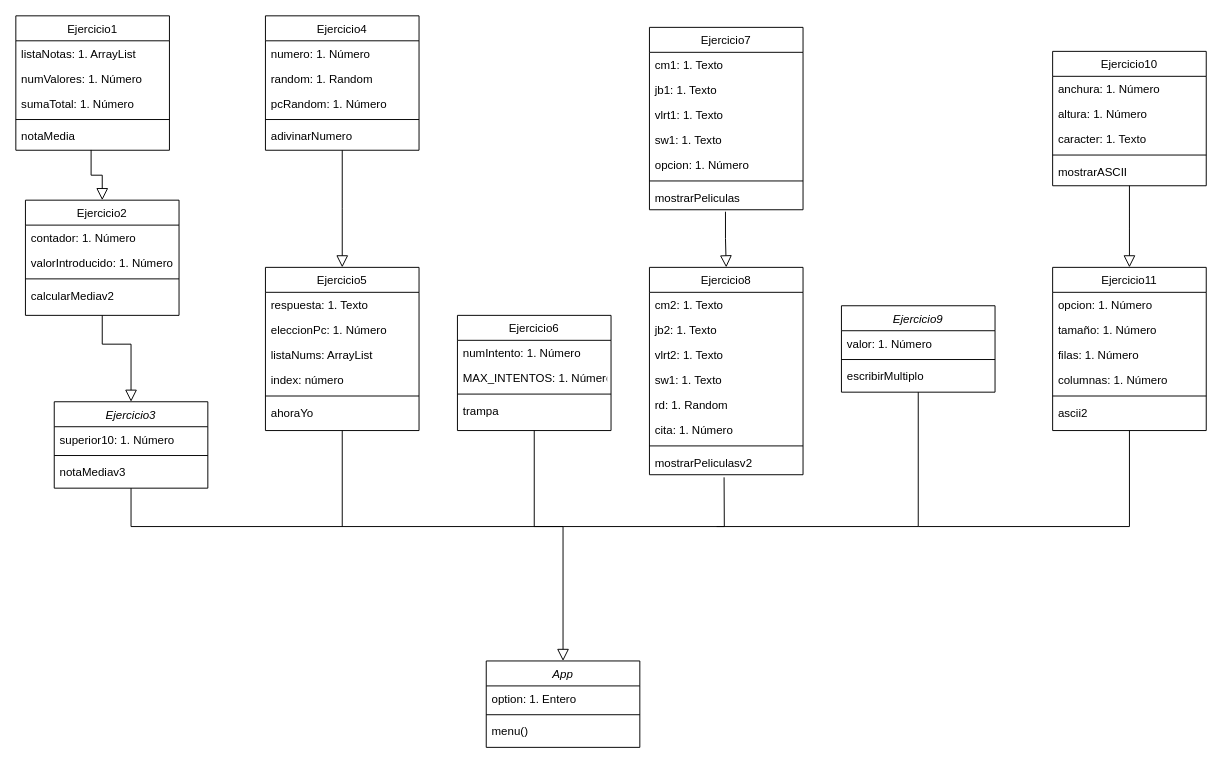
Earlier version of the draw.io diagram LosBuclesUML.drawio (Patriesc/LosBucles). Source tidied: cells renumbered, new cells numbered last; positions are measured from the earlier drawing's top-left corner, leaving out a move shared by most shapes. Both pictures are drawn from the tidied source at 96%, with x=0, y=0 at pixel (15, 15).
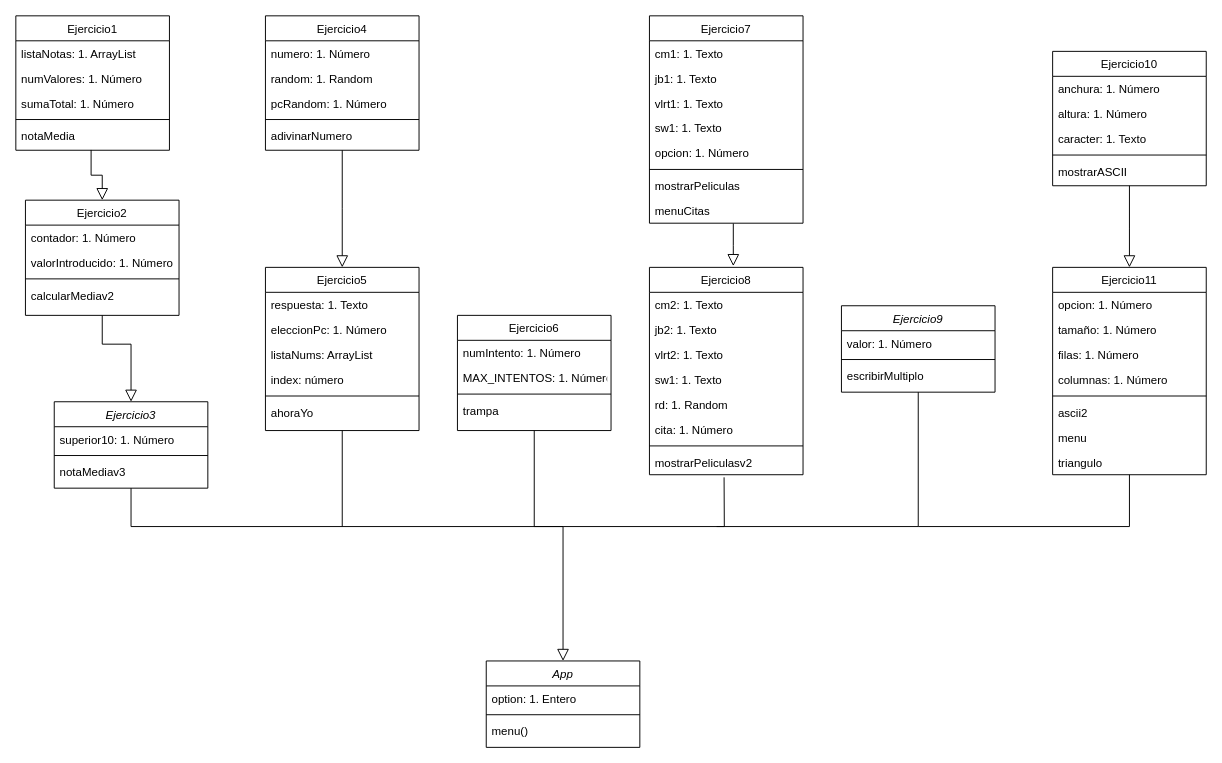
Above is the later version.

The change refers to these unchanged cells:
```xml
<mxCell id="52" value="mostrarPeliculas" style="text;align=left;verticalAlign=top;spacingLeft=4;spacingRight=4;overflow=hidden;points=[[0,0.5],[1,0.5]];portConstraint=eastwest;" parent="45" vertex="1">
  <mxGeometry y="164" width="160" height="26" as="geometry" />
</mxCell>
<mxCell id="53" value="Ejercicio8" style="swimlane;fontStyle=0;align=center;verticalAlign=top;horizontal=1;startSize=26;rounded=0;shadow=0;strokeWidth=1;" parent="1" vertex="1">
  <mxGeometry x="660" y="262" width="160" height="216" as="geometry" />
</mxCell>
```

What changed in the source:
```diff
@@
     <mxCell id="45" value="Ejercicio7" style="swimlane;fontStyle=0;align=center;verticalAlign=top;horizontal=1;startSize=26;rounded=0;shadow=0;strokeWidth=1;" parent="1" vertex="1">
-      <mxGeometry x="660" y="12" width="160" height="190" as="geometry" />
+      <mxGeometry x="660" width="160" height="216" as="geometry" />
     </mxCell>
@@
+    <mxCell id="84" value="menuCitas" style="text;align=left;verticalAlign=top;spacingLeft=4;spacingRight=4;overflow=hidden;points=[[0,0.5],[1,0.5]];portConstraint=eastwest;" parent="45" vertex="1">
+      <mxGeometry y="190" width="160" height="26" as="geometry" />
+    </mxCell>
@@
-    <mxCell id="62" style="endArrow=block;endSize=10;endFill=0;shadow=0;strokeWidth=1;rounded=0;edgeStyle=elbowEdgeStyle;elbow=vertical;entryX=0.5;entryY=0;entryDx=0;entryDy=0;exitX=0.495;exitY=1.079;exitDx=0;exitDy=0;exitPerimeter=0;" parent="1" edge="1" source="52" target="53">
-      <mxGeometry relative="1" as="geometry">
-        <Array as="points">
-          <mxPoint x="790" y="232" />
-          <mxPoint x="940" y="232" />
-          <mxPoint x="950" y="212" />
-        </Array>
-      </mxGeometry>
-    </mxCell>
@@
     <mxCell id="75" value="Ejercicio11" style="swimlane;fontStyle=0;align=center;verticalAlign=top;horizontal=1;startSize=26;rounded=0;shadow=0;strokeWidth=1;" parent="1" vertex="1">
-      <mxGeometry x="1080" y="262" width="160" height="170" as="geometry" />
+      <mxGeometry x="1080" y="262" width="160" height="216" as="geometry" />
     </mxCell>
@@
+    <mxCell id="85" value="menu" style="text;align=left;verticalAlign=top;spacingLeft=4;spacingRight=4;overflow=hidden;" parent="75" vertex="1">
+      <mxGeometry y="164" width="160" height="26" as="geometry" />
+    </mxCell>
+    <mxCell id="86" value="triangulo" style="text;align=left;verticalAlign=top;spacingLeft=4;spacingRight=4;overflow=hidden;" parent="75" vertex="1">
+      <mxGeometry y="190" width="160" height="26" as="geometry" />
+    </mxCell>
@@
+    <mxCell id="87" style="endArrow=block;endSize=10;endFill=0;shadow=0;strokeWidth=1;rounded=0;edgeStyle=elbowEdgeStyle;elbow=vertical;entryX=0.546;entryY=-0.006;entryDx=0;entryDy=0;exitX=0.546;exitY=1.013;exitDx=0;exitDy=0;exitPerimeter=0;entryPerimeter=0;" parent="1" edge="1" source="84" target="53">
+      <mxGeometry relative="1" as="geometry" />
+    </mxCell>
```
